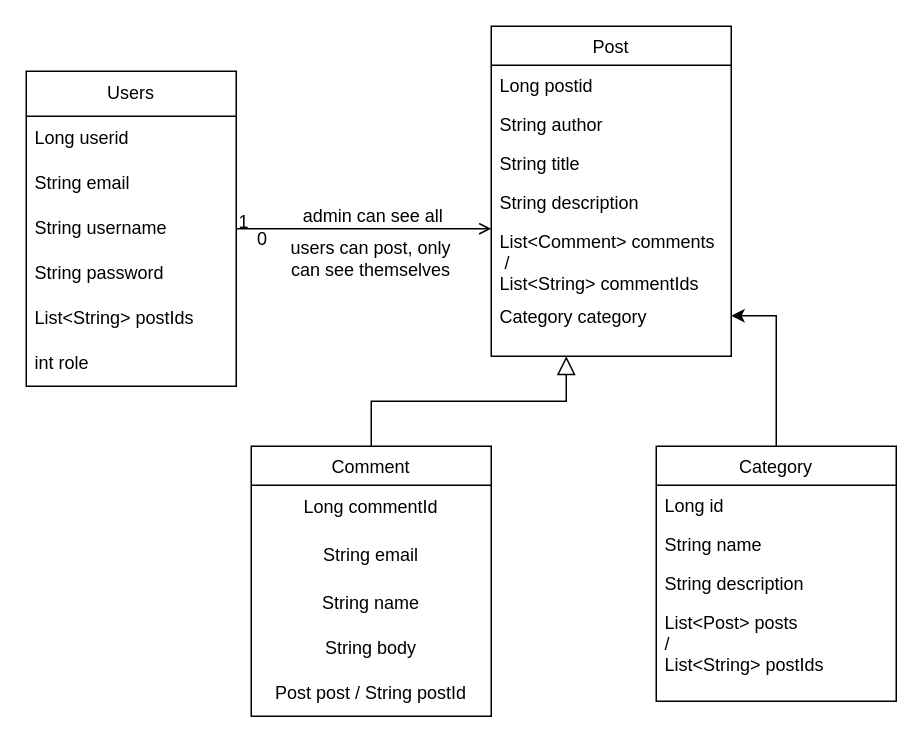
This is user_service/src/main/java/com/evan/user_service/users.drawio from dzwfighting/blog_microservice, a draw.io file, before an edit. Source tidied: cells renumbered, new cells numbered last; positions are measured from the earlier drawing's top-left corner, leaving out a move shared by most shapes. Both pictures are drawn from the tidied source at 150%, with x=0, y=0 at pixel (26, 26).
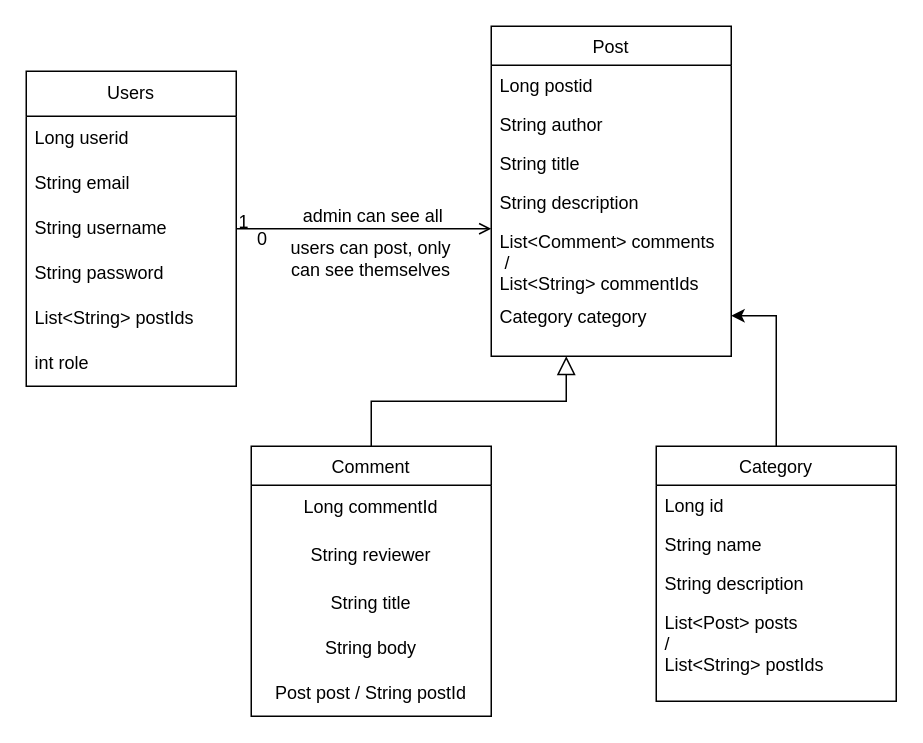
Above is the later version.

Commit message:
update comment table

Unchanged cells that the change refers to:
```xml
<mxCell id="8" value="Comment" style="swimlane;fontStyle=0;align=center;verticalAlign=top;horizontal=1;startSize=26;rounded=0;shadow=0;strokeWidth=1;" parent="1" vertex="1">
  <mxGeometry x="150" y="280" width="160" height="180" as="geometry" />
</mxCell>
```

What changed in the source:
```diff
@@
-    <mxCell id="10" value="String email" style="text;html=1;align=center;verticalAlign=middle;whiteSpace=wrap;rounded=0;" parent="8" vertex="1">
+    <mxCell id="10" value="String reviewer" style="text;html=1;align=center;verticalAlign=middle;whiteSpace=wrap;rounded=0;" parent="8" vertex="1">
       <mxGeometry y="56" width="160" height="34" as="geometry" />
     </mxCell>
-    <mxCell id="11" value="String name" style="text;html=1;align=center;verticalAlign=middle;whiteSpace=wrap;rounded=0;" parent="8" vertex="1">
+    <mxCell id="11" value="String title" style="text;html=1;align=center;verticalAlign=middle;whiteSpace=wrap;rounded=0;" parent="8" vertex="1">
       <mxGeometry y="90" width="160" height="30" as="geometry" />
     </mxCell>
```
